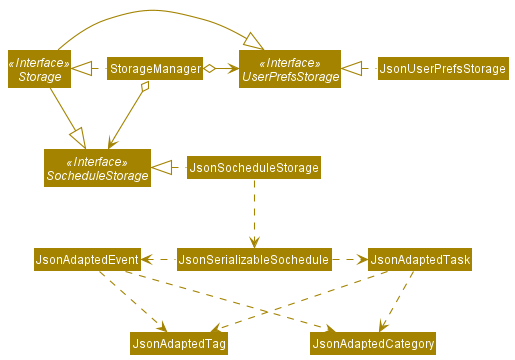
This is docs/images/StorageClassDiagram.png from nus-cs2103-AY2021S2/tp, a PlantUML export, as it was before one commit.
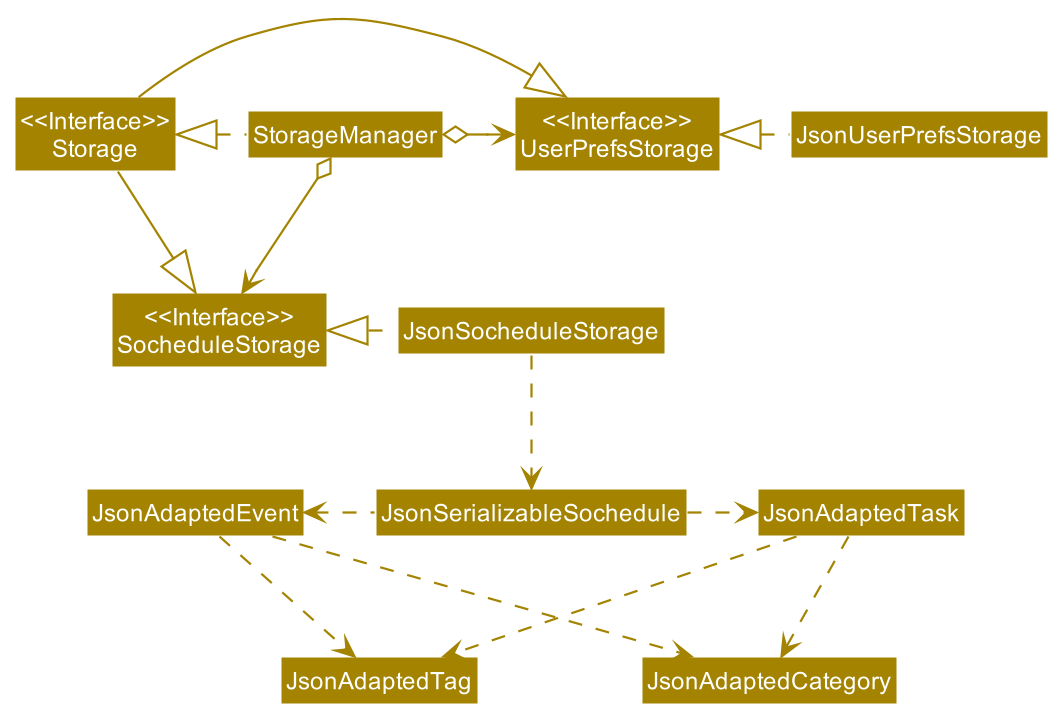
Later version of the same file.

What changed in the source:
```diff
@@ -4,22 +4,22 @@
 skinparam arrowColor STORAGE_COLOR
 skinparam classBackgroundColor STORAGE_COLOR
 
-Interface Storage <<Interface>>
-Interface UserPrefsStorage <<Interface>>
-Interface SocheduleStorage <<Interface>>
+Class "<<Interface>>\nStorage"
+Class "<<Interface>>\nUserPrefsStorage"
+Class "<<Interface>>\nSocheduleStorage"
 
 Class StorageManager
 Class JsonUserPrefsStorage
 Class JsonSocheduleStorage
 
-Storage -|> UserPrefsStorage
-Storage -|> SocheduleStorage
-StorageManager .left.|> Storage
-StorageManager o-right-> UserPrefsStorage
-StorageManager o--> SocheduleStorage
+"<<Interface>>\nStorage" -|> "<<Interface>>\nUserPrefsStorage"
+"<<Interface>>\nStorage" -|> "<<Interface>>\nSocheduleStorage"
+StorageManager .left.|> "<<Interface>>\nStorage"
+StorageManager o-right-> "<<Interface>>\nUserPrefsStorage"
+StorageManager o--> "<<Interface>>\nSocheduleStorage"
 
-JsonUserPrefsStorage .left.|> UserPrefsStorage
-JsonSocheduleStorage .left.|> SocheduleStorage
+JsonUserPrefsStorage .left.|> "<<Interface>>\nUserPrefsStorage"
+JsonSocheduleStorage .left.|> "<<Interface>>\nSocheduleStorage"
 JsonSocheduleStorage .down.> JsonSerializableSochedule
 JsonSerializableSochedule .right.> JsonAdaptedTask
 JsonSerializableSochedule .left.> JsonAdaptedEvent
```
